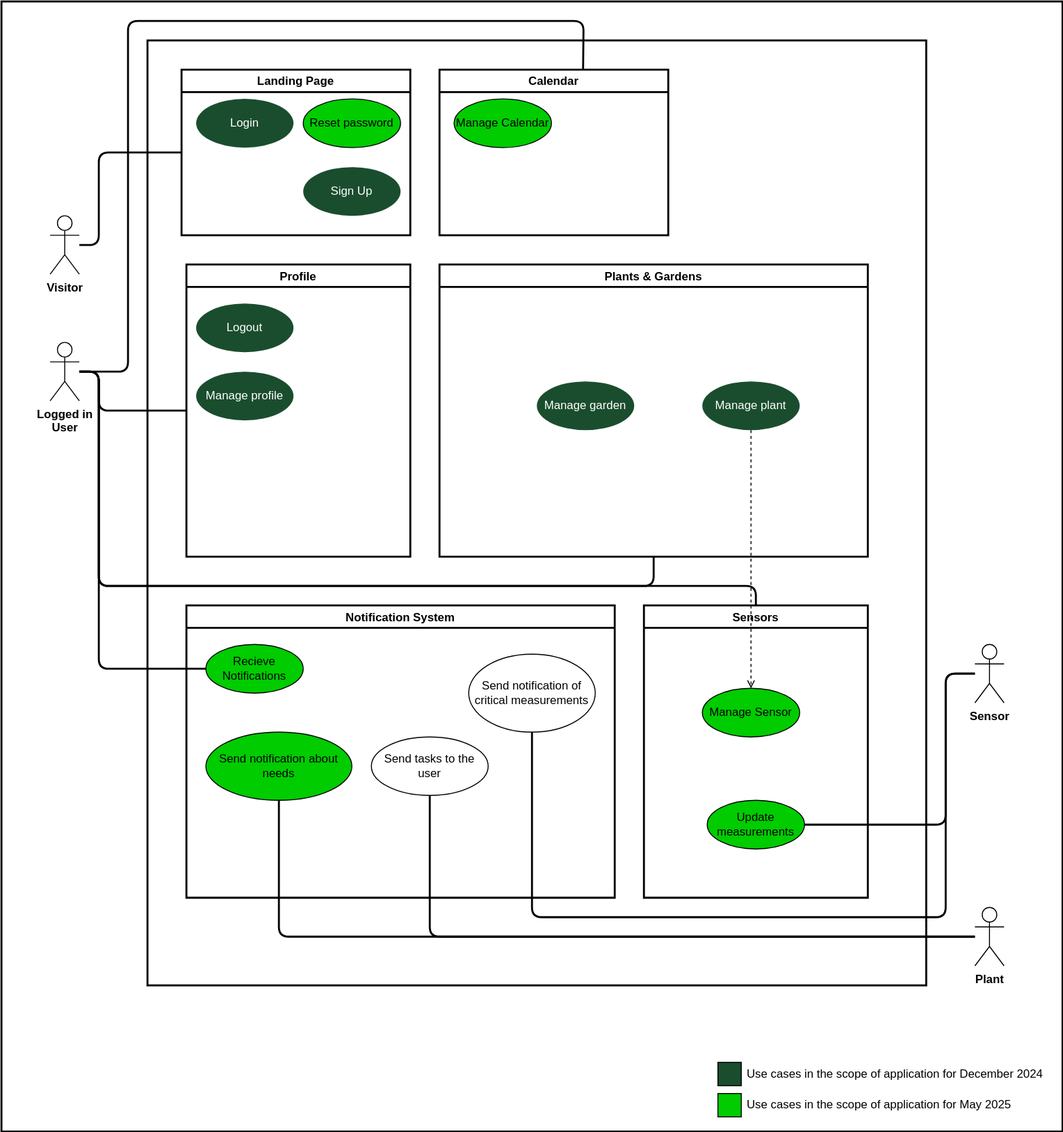
The draw.io diagram docs/assets/svg/GreenFingersUsecases.drawio.svg in Green-Fingers-App/gardeningApp, before a commit. Source tidied: cells renumbered, new cells last; positions are measured from the earlier drawing's top-left corner, leaving out a move shared by most shapes.
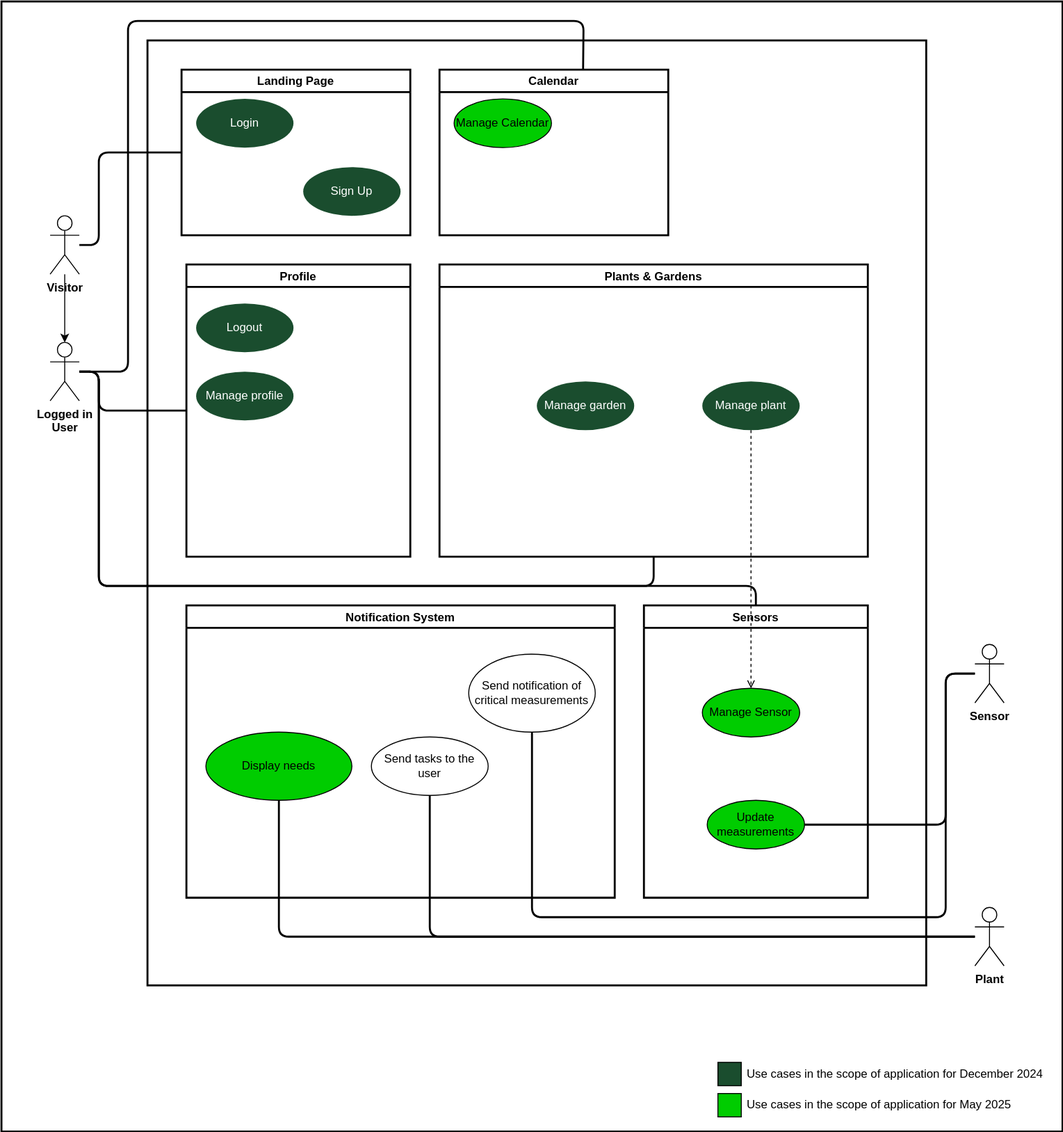
The same diagram one commit later.

The edit, as a diff of the source:
```diff
@@ -58,15 +58,6 @@
         </Array>
       </mxGeometry>
     </mxCell>
-    <mxCell id="17" style="edgeStyle=none;html=1;entryX=0;entryY=0.5;entryDx=0;entryDy=0;strokeColor=#000000;strokeWidth=2;fontColor=#000000;endArrow=none;endFill=0;" parent="1" edge="1" source="19" target="28">
-      <mxGeometry relative="1" as="geometry">
-        <Array as="points">
-          <mxPoint x="100" y="380" />
-          <mxPoint x="100" y="530" />
-          <mxPoint x="100" y="685" />
-        </Array>
-      </mxGeometry>
-    </mxCell>
     <mxCell id="18" style="edgeStyle=none;html=1;entryX=0.5;entryY=0;entryDx=0;entryDy=0;strokeColor=#000000;strokeWidth=2;fontColor=#000000;endArrow=none;endFill=0;" parent="1" edge="1" source="19" target="29">
       <mxGeometry relative="1" as="geometry">
         <Array as="points">
@@ -125,25 +116,25 @@
     <mxCell id="27" value="Sign Up" style="ellipse;whiteSpace=wrap;html=1;verticalAlign=middle;strokeColor=none;align=center;fontFamily=Helvetica;fontSize=12;fontColor=#FFFFFF;fillColor=#1A4D2E;" parent="1" vertex="1">
       <mxGeometry x="310" y="170" width="100" height="50" as="geometry" />
     </mxCell>
-    <mxCell id="28" value="Recieve Notifications" style="ellipse;whiteSpace=wrap;html=1;verticalAlign=middle;fillColor=#00CC00;fontColor=#000000;strokeColor=default;" parent="1" vertex="1">
-      <mxGeometry x="210" y="660" width="100" height="50" as="geometry" />
-    </mxCell>
     <mxCell id="29" value="Sensors" style="swimlane;strokeColor=#000000;strokeWidth=2;fillColor=#FFFFFF;fontColor=#000000;" parent="1" vertex="1">
       <mxGeometry x="660" y="620" width="230" height="300" as="geometry" />
     </mxCell>
     <mxCell id="30" value="Manage Sensor" style="ellipse;whiteSpace=wrap;html=1;verticalAlign=middle;fontColor=#000000;fillColor=#00CC00;strokeColor=#000000;" parent="29" vertex="1">
       <mxGeometry x="60" y="85" width="100" height="50" as="geometry" />
     </mxCell>
-    <mxCell id="31" value="&lt;font&gt;Send notification about needs&lt;/font&gt;" style="ellipse;whiteSpace=wrap;html=1;verticalAlign=middle;fontColor=#000000;fillColor=#00CC00;strokeColor=default;" parent="1" vertex="1">
+    <mxCell id="31" value="&lt;font&gt;Display needs&lt;/font&gt;" style="ellipse;whiteSpace=wrap;html=1;verticalAlign=middle;fontColor=#000000;fillColor=#00CC00;strokeColor=default;" parent="1" vertex="1">
       <mxGeometry x="210" y="750" width="150" height="70" as="geometry" />
     </mxCell>
     <mxCell id="32" value="Update measurements" style="ellipse;whiteSpace=wrap;html=1;verticalAlign=middle;fontColor=#000000;fillColor=#00CC00;strokeColor=#000000;" parent="1" vertex="1">
       <mxGeometry x="725" y="820" width="100" height="50" as="geometry" />
     </mxCell>
+    <mxCell id="44" style="edgeStyle=orthogonalEdgeStyle;rounded=0;jettySize=auto;html=1;" parent="1" edge="1" source="33" target="19">
+      <mxGeometry relative="1" as="geometry" />
+    </mxCell>
-    <mxCell id="33" value="Visitor" style="shape=umlActor;verticalLabelPosition=bottom;verticalAlign=top;html=1;outlineConnect=0;fontStyle=1;" parent="1" vertex="1">
+    <mxCell id="33" value="Visitor" style="shape=umlActor;verticalLabelPosition=bottom;verticalAlign=top;html=1;outlineConnect=0;fontStyle=1;strokeColor=#000000;fillColor=none;fontColor=#000000;" parent="1" vertex="1">
       <mxGeometry x="50" y="220" width="30" height="60" as="geometry" />
     </mxCell>
-    <mxCell id="34" value="Landing Page" style="swimlane;whiteSpace=wrap;html=1;fontStyle=1;strokeWidth=2;" parent="1" vertex="1">
+    <mxCell id="34" value="Landing Page" style="swimlane;whiteSpace=wrap;html=1;fontStyle=1;strokeWidth=2;fillColor=#FFFFFF;strokeColor=#000000;" parent="1" vertex="1">
       <mxGeometry x="185" y="70" width="235" height="170" as="geometry" />
     </mxCell>
     <mxCell id="35" value="Login" style="ellipse;whiteSpace=wrap;html=1;verticalAlign=middle;fillColor=#1A4D2E;fontColor=#FFFFFF;strokeColor=none;" parent="34" vertex="1">
@@ -158,13 +149,10 @@
         </Array>
       </mxGeometry>
     </mxCell>
-    <mxCell id="37" value="Reset password" style="ellipse;whiteSpace=wrap;html=1;verticalAlign=middle;fontColor=#000000;fillColor=#00CC00;strokeColor=#000000;" parent="1" vertex="1">
-      <mxGeometry x="310" y="100" width="100" height="50" as="geometry" />
-    </mxCell>
     <mxCell id="38" style="edgeStyle=none;html=1;exitX=0.5;exitY=1;exitDx=0;exitDy=0;endArrow=open;endFill=0;dashed=1;" parent="1" edge="1" source="10" target="30">
       <mxGeometry relative="1" as="geometry" />
     </mxCell>
-    <mxCell id="39" value="Calendar" style="swimlane;whiteSpace=wrap;html=1;fontStyle=1;strokeWidth=2;" parent="1" vertex="1">
+    <mxCell id="39" value="Calendar" style="swimlane;whiteSpace=wrap;html=1;fontStyle=1;strokeWidth=2;strokeColor=#000000;fillColor=#FFFFFF;fontColor=#000000;" parent="1" vertex="1">
       <mxGeometry x="450" y="70" width="235" height="170" as="geometry" />
     </mxCell>
     <mxCell id="40" value="Manage Calendar" style="ellipse;whiteSpace=wrap;html=1;verticalAlign=middle;fillColor=#00CC00;fontColor=#000000;strokeColor=default;" parent="39" vertex="1">
```
